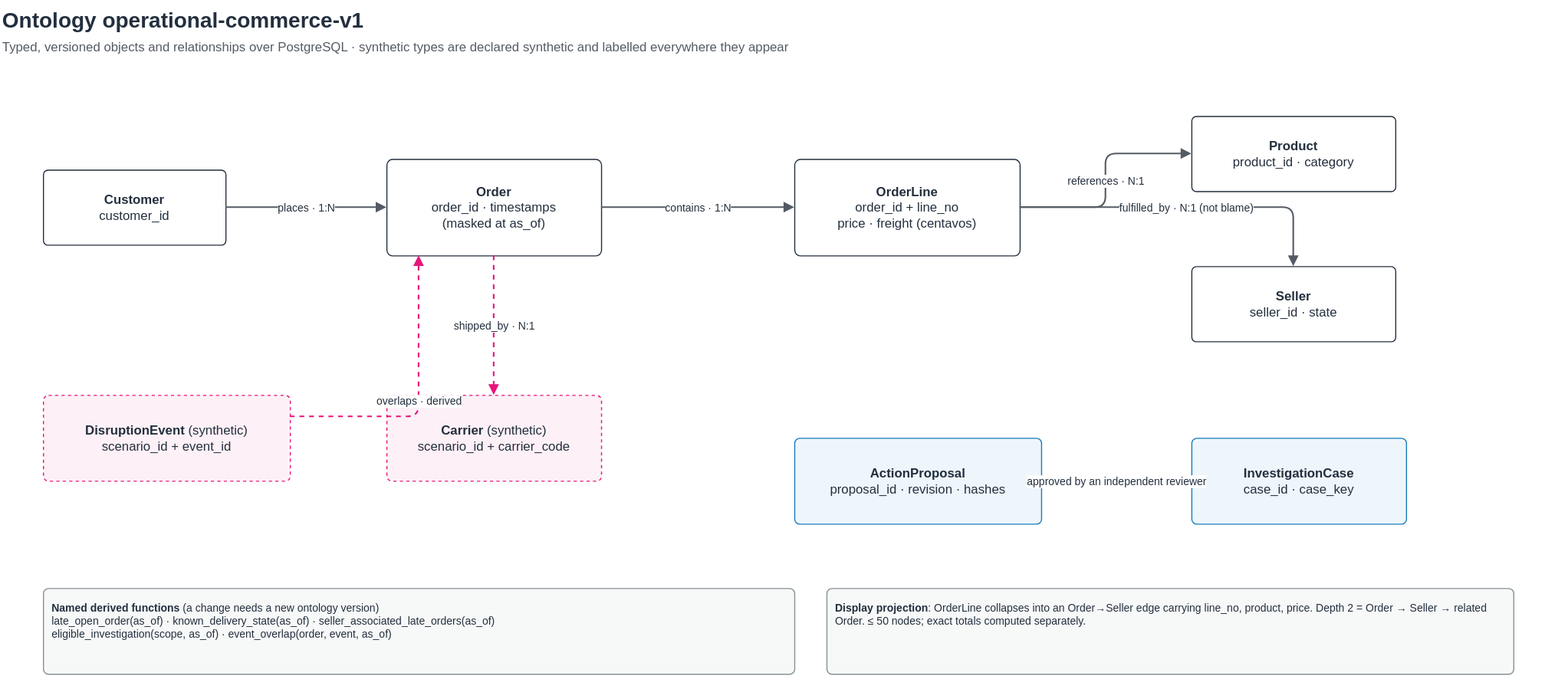
Above: docs/diagrams/ontology.svg in abh2050/ontology-ops (draw.io), before the change. Source tidied: cells renumbered, new cells last; positions are measured from the earlier drawing's top-left corner, leaving out a move shared by most shapes.
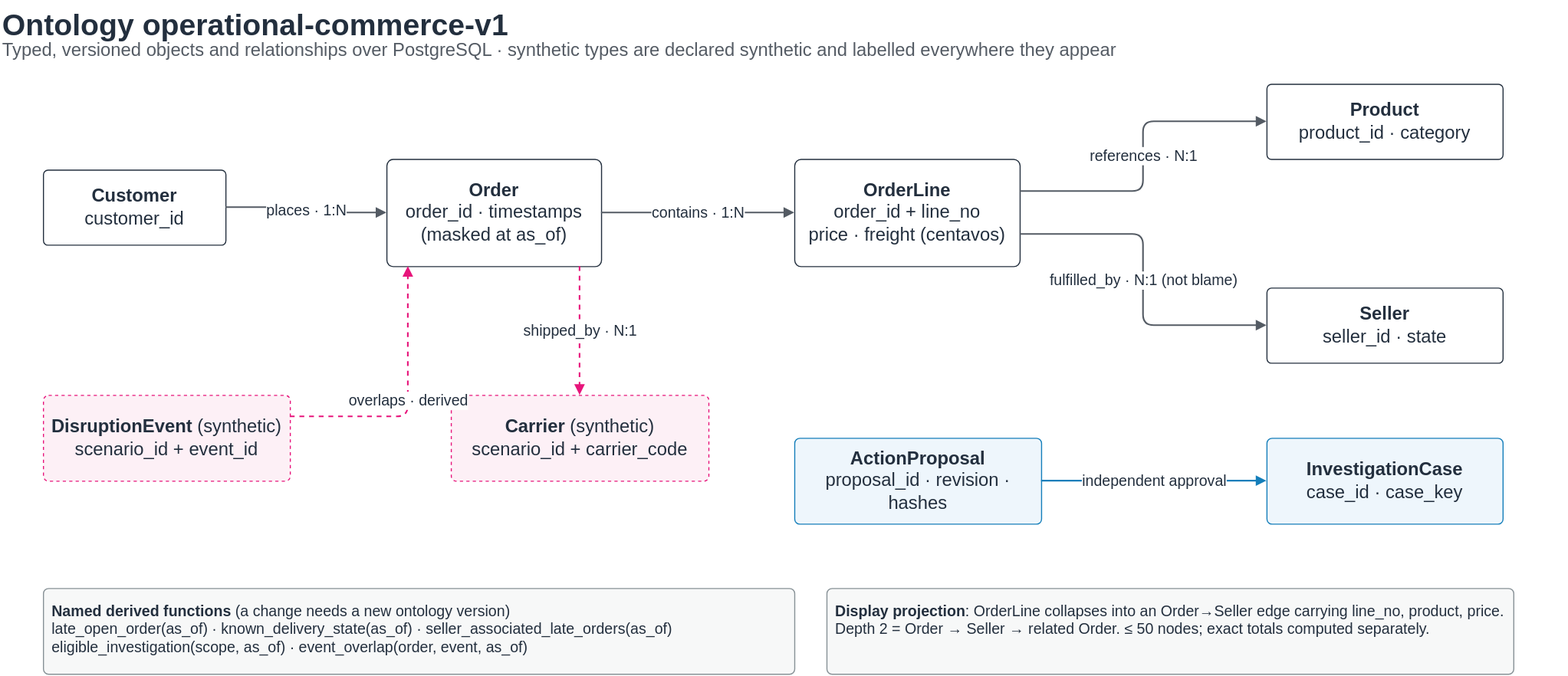
Later version of the same file.

Diff of the diagram source:
```diff
@@ -2,64 +2,64 @@
   <root>
     <mxCell id="0" />
     <mxCell id="1" parent="0" />
-    <mxCell id="2" value="&lt;b&gt;Ontology operational-commerce-v1&lt;/b&gt;" style="text;html=1;align=left;verticalAlign=top;whiteSpace=wrap;fontSize=20;fontColor=#232F3E;fontStyle=0;" parent="1" vertex="1">
+    <mxCell id="2" value="&lt;b&gt;Ontology operational-commerce-v1&lt;/b&gt;" style="text;html=1;align=left;verticalAlign=top;whiteSpace=wrap;fontSize=28;fontColor=#232F3E;fontStyle=0;" parent="1" vertex="1">
       <mxGeometry width="1460" height="30" as="geometry" />
     </mxCell>
-    <mxCell id="3" value="Typed, versioned objects and relationships over PostgreSQL · synthetic types are declared synthetic and labelled everywhere they appear" style="text;html=1;align=left;verticalAlign=top;whiteSpace=wrap;fontSize=12;fontColor=#545B64;fontStyle=0;" parent="1" vertex="1">
+    <mxCell id="3" value="Typed, versioned objects and relationships over PostgreSQL · synthetic types are declared synthetic and labelled everywhere they appear" style="text;html=1;align=left;verticalAlign=top;whiteSpace=wrap;fontSize=17;fontColor=#545B64;fontStyle=0;" parent="1" vertex="1">
       <mxGeometry y="30" width="1460" height="22" as="geometry" />
     </mxCell>
-    <mxCell id="4" value="&lt;b&gt;Customer&lt;/b&gt;&lt;br&gt;customer_id" style="rounded=1;arcSize=6;whiteSpace=wrap;html=1;strokeColor=#232F3E;fillColor=#FFFFFF;fontColor=#232F3E;dashed=0;fontSize=12;align=center;verticalAlign=middle;spacing=8;fontStyle=0;" parent="1" vertex="1">
+    <mxCell id="4" value="&lt;b&gt;Customer&lt;/b&gt;&lt;br&gt;customer_id" style="rounded=1;arcSize=6;whiteSpace=wrap;html=1;strokeColor=#232F3E;fillColor=#FFFFFF;fontColor=#232F3E;dashed=0;fontSize=17;align=center;verticalAlign=middle;spacing=8;fontStyle=0;" parent="1" vertex="1">
       <mxGeometry x="40" y="158" width="170" height="70" as="geometry" />
     </mxCell>
-    <mxCell id="5" value="&lt;b&gt;Order&lt;/b&gt;&lt;br&gt;order_id · timestamps&lt;br&gt;(masked at as_of)" style="rounded=1;arcSize=6;whiteSpace=wrap;html=1;strokeColor=#232F3E;fillColor=#FFFFFF;fontColor=#232F3E;dashed=0;fontSize=12;align=center;verticalAlign=middle;spacing=8;fontStyle=0;" parent="1" vertex="1">
-      <mxGeometry x="360" y="148" width="200" height="90" as="geometry" />
+    <mxCell id="5" value="&lt;b&gt;Order&lt;/b&gt;&lt;br&gt;order_id · timestamps&lt;br&gt;(masked at as_of)" style="rounded=1;arcSize=6;whiteSpace=wrap;html=1;strokeColor=#232F3E;fillColor=#FFFFFF;fontColor=#232F3E;dashed=0;fontSize=17;align=center;verticalAlign=middle;spacing=8;fontStyle=0;" parent="1" vertex="1">
+      <mxGeometry x="360" y="148" width="200" height="100" as="geometry" />
     </mxCell>
-    <mxCell id="6" value="&lt;b&gt;OrderLine&lt;/b&gt;&lt;br&gt;order_id + line_no&lt;br&gt;price · freight (centavos)" style="rounded=1;arcSize=6;whiteSpace=wrap;html=1;strokeColor=#232F3E;fillColor=#FFFFFF;fontColor=#232F3E;dashed=0;fontSize=12;align=center;verticalAlign=middle;spacing=8;fontStyle=0;" parent="1" vertex="1">
-      <mxGeometry x="740" y="148" width="210" height="90" as="geometry" />
+    <mxCell id="6" value="&lt;b&gt;OrderLine&lt;/b&gt;&lt;br&gt;order_id + line_no&lt;br&gt;price · freight (centavos)" style="rounded=1;arcSize=6;whiteSpace=wrap;html=1;strokeColor=#232F3E;fillColor=#FFFFFF;fontColor=#232F3E;dashed=0;fontSize=17;align=center;verticalAlign=middle;spacing=8;fontStyle=0;" parent="1" vertex="1">
+      <mxGeometry x="740" y="148" width="210" height="100" as="geometry" />
     </mxCell>
-    <mxCell id="7" value="&lt;b&gt;Product&lt;/b&gt;&lt;br&gt;product_id · category" style="rounded=1;arcSize=6;whiteSpace=wrap;html=1;strokeColor=#232F3E;fillColor=#FFFFFF;fontColor=#232F3E;dashed=0;fontSize=12;align=center;verticalAlign=middle;spacing=8;fontStyle=0;" parent="1" vertex="1">
-      <mxGeometry x="1110" y="108" width="190" height="70" as="geometry" />
+    <mxCell id="7" value="&lt;b&gt;Product&lt;/b&gt;&lt;br&gt;product_id · category" style="rounded=1;arcSize=6;whiteSpace=wrap;html=1;strokeColor=#232F3E;fillColor=#FFFFFF;fontColor=#232F3E;dashed=0;fontSize=17;align=center;verticalAlign=middle;spacing=8;fontStyle=0;" parent="1" vertex="1">
+      <mxGeometry x="1180" y="78" width="220" height="70" as="geometry" />
     </mxCell>
-    <mxCell id="8" value="&lt;b&gt;Seller&lt;/b&gt;&lt;br&gt;seller_id · state" style="rounded=1;arcSize=6;whiteSpace=wrap;html=1;strokeColor=#232F3E;fillColor=#FFFFFF;fontColor=#232F3E;dashed=0;fontSize=12;align=center;verticalAlign=middle;spacing=8;fontStyle=0;" parent="1" vertex="1">
-      <mxGeometry x="1110" y="248" width="190" height="70" as="geometry" />
+    <mxCell id="8" value="&lt;b&gt;Seller&lt;/b&gt;&lt;br&gt;seller_id · state" style="rounded=1;arcSize=6;whiteSpace=wrap;html=1;strokeColor=#232F3E;fillColor=#FFFFFF;fontColor=#232F3E;dashed=0;fontSize=17;align=center;verticalAlign=middle;spacing=8;fontStyle=0;" parent="1" vertex="1">
+      <mxGeometry x="1180" y="268" width="220" height="70" as="geometry" />
     </mxCell>
-    <mxCell id="9" value="&lt;b&gt;Carrier&lt;/b&gt; (synthetic)&lt;br&gt;scenario_id + carrier_code" style="rounded=1;arcSize=6;whiteSpace=wrap;html=1;strokeColor=#E7157B;fillColor=#FDF0F6;fontColor=#232F3E;dashed=1;fontSize=12;align=center;verticalAlign=middle;spacing=8;fontStyle=0;" parent="1" vertex="1">
-      <mxGeometry x="360" y="368" width="200" height="80" as="geometry" />
+    <mxCell id="9" value="&lt;b&gt;Carrier&lt;/b&gt; (synthetic)&lt;br&gt;scenario_id + carrier_code" style="rounded=1;arcSize=6;whiteSpace=wrap;html=1;strokeColor=#E7157B;fillColor=#FDF0F6;fontColor=#232F3E;dashed=1;fontSize=17;align=center;verticalAlign=middle;spacing=8;fontStyle=0;" parent="1" vertex="1">
+      <mxGeometry x="420" y="368" width="240" height="80" as="geometry" />
     </mxCell>
-    <mxCell id="10" value="&lt;b&gt;DisruptionEvent&lt;/b&gt; (synthetic)&lt;br&gt;scenario_id + event_id" style="rounded=1;arcSize=6;whiteSpace=wrap;html=1;strokeColor=#E7157B;fillColor=#FDF0F6;fontColor=#232F3E;dashed=1;fontSize=12;align=center;verticalAlign=middle;spacing=8;fontStyle=0;" parent="1" vertex="1">
+    <mxCell id="10" value="&lt;b&gt;DisruptionEvent&lt;/b&gt; (synthetic)&lt;br&gt;scenario_id + event_id" style="rounded=1;arcSize=6;whiteSpace=wrap;html=1;strokeColor=#E7157B;fillColor=#FDF0F6;fontColor=#232F3E;dashed=1;fontSize=17;align=center;verticalAlign=middle;spacing=8;fontStyle=0;" parent="1" vertex="1">
       <mxGeometry x="40" y="368" width="230" height="80" as="geometry" />
     </mxCell>
-    <mxCell id="11" value="&lt;b&gt;ActionProposal&lt;/b&gt;&lt;br&gt;proposal_id · revision · hashes" style="rounded=1;arcSize=6;whiteSpace=wrap;html=1;strokeColor=#147EBA;fillColor=#EEF6FC;fontColor=#232F3E;dashed=0;fontSize=12;align=center;verticalAlign=middle;spacing=8;fontStyle=0;" parent="1" vertex="1">
+    <mxCell id="11" value="&lt;b&gt;ActionProposal&lt;/b&gt;&lt;br&gt;proposal_id · revision · hashes" style="rounded=1;arcSize=6;whiteSpace=wrap;html=1;strokeColor=#147EBA;fillColor=#EEF6FC;fontColor=#232F3E;dashed=0;fontSize=17;align=center;verticalAlign=middle;spacing=8;fontStyle=0;" parent="1" vertex="1">
       <mxGeometry x="740" y="408" width="230" height="80" as="geometry" />
     </mxCell>
-    <mxCell id="12" value="&lt;b&gt;InvestigationCase&lt;/b&gt;&lt;br&gt;case_id · case_key" style="rounded=1;arcSize=6;whiteSpace=wrap;html=1;strokeColor=#147EBA;fillColor=#EEF6FC;fontColor=#232F3E;dashed=0;fontSize=12;align=center;verticalAlign=middle;spacing=8;fontStyle=0;" parent="1" vertex="1">
-      <mxGeometry x="1110" y="408" width="200" height="80" as="geometry" />
+    <mxCell id="12" value="&lt;b&gt;InvestigationCase&lt;/b&gt;&lt;br&gt;case_id · case_key" style="rounded=1;arcSize=6;whiteSpace=wrap;html=1;strokeColor=#147EBA;fillColor=#EEF6FC;fontColor=#232F3E;dashed=0;fontSize=17;align=center;verticalAlign=middle;spacing=8;fontStyle=0;" parent="1" vertex="1">
+      <mxGeometry x="1180" y="408" width="220" height="80" as="geometry" />
     </mxCell>
-    <mxCell id="13" value="places · 1:N" style="edgeStyle=orthogonalEdgeStyle;rounded=1;html=1;endArrow=block;endFill=1;strokeColor=#545B64;strokeWidth=1.5;dashed=0;fontSize=10;labelBackgroundColor=#ffffff;fontColor=#232F3E;" parent="1" edge="1" source="4" target="5">
+    <mxCell id="13" value="places · 1:N" style="edgeStyle=orthogonalEdgeStyle;rounded=1;html=1;endArrow=block;endFill=1;strokeColor=#545B64;strokeWidth=1.5;dashed=0;fontSize=14;labelBackgroundColor=#ffffff;fontColor=#232F3E;" parent="1" edge="1" source="4" target="5">
       <mxGeometry relative="1" as="geometry" />
     </mxCell>
-    <mxCell id="14" value="contains · 1:N" style="edgeStyle=orthogonalEdgeStyle;rounded=1;html=1;endArrow=block;endFill=1;strokeColor=#545B64;strokeWidth=1.5;dashed=0;fontSize=10;labelBackgroundColor=#ffffff;fontColor=#232F3E;" parent="1" edge="1" source="5" target="6">
+    <mxCell id="14" value="contains · 1:N" style="edgeStyle=orthogonalEdgeStyle;rounded=1;html=1;endArrow=block;endFill=1;strokeColor=#545B64;strokeWidth=1.5;dashed=0;fontSize=14;labelBackgroundColor=#ffffff;fontColor=#232F3E;" parent="1" edge="1" source="5" target="6">
       <mxGeometry relative="1" as="geometry" />
     </mxCell>
-    <mxCell id="15" value="references · N:1" style="edgeStyle=orthogonalEdgeStyle;rounded=1;html=1;endArrow=block;endFill=1;strokeColor=#545B64;strokeWidth=1.5;dashed=0;fontSize=10;labelBackgroundColor=#ffffff;fontColor=#232F3E;" parent="1" edge="1" source="6" target="7">
+    <mxCell id="15" value="references · N:1" style="edgeStyle=orthogonalEdgeStyle;rounded=1;html=1;endArrow=block;endFill=1;strokeColor=#545B64;strokeWidth=1.5;dashed=0;fontSize=14;labelBackgroundColor=#ffffff;fontColor=#232F3E;exitX=1;exitY=0.3;entryX=0;entryY=0.5;" parent="1" edge="1" source="6" target="7">
       <mxGeometry relative="1" as="geometry" />
     </mxCell>
-    <mxCell id="16" value="fulfilled_by · N:1 (not blame)" style="edgeStyle=orthogonalEdgeStyle;rounded=1;html=1;endArrow=block;endFill=1;strokeColor=#545B64;strokeWidth=1.5;dashed=0;fontSize=10;labelBackgroundColor=#ffffff;fontColor=#232F3E;" parent="1" edge="1" source="6" target="8">
+    <mxCell id="16" value="fulfilled_by · N:1 (not blame)" style="edgeStyle=orthogonalEdgeStyle;rounded=1;html=1;endArrow=block;endFill=1;strokeColor=#545B64;strokeWidth=1.5;dashed=0;fontSize=14;labelBackgroundColor=#ffffff;fontColor=#232F3E;exitX=1;exitY=0.7;entryX=0;entryY=0.5;" parent="1" edge="1" source="6" target="8">
       <mxGeometry relative="1" as="geometry" />
     </mxCell>
-    <mxCell id="17" value="shipped_by · N:1" style="edgeStyle=orthogonalEdgeStyle;rounded=1;html=1;endArrow=block;endFill=1;strokeColor=#E7157B;strokeWidth=1.5;dashed=1;fontSize=10;labelBackgroundColor=#ffffff;fontColor=#232F3E;" parent="1" edge="1" source="5" target="9">
+    <mxCell id="17" value="shipped_by · N:1" style="edgeStyle=orthogonalEdgeStyle;rounded=1;html=1;endArrow=block;endFill=1;strokeColor=#E7157B;strokeWidth=1.5;dashed=1;fontSize=14;labelBackgroundColor=#ffffff;fontColor=#232F3E;exitX=0.9;exitY=1;entryX=0.5;entryY=0;" parent="1" edge="1" source="5" target="9">
       <mxGeometry relative="1" as="geometry" />
     </mxCell>
-    <mxCell id="18" value="overlaps · derived" style="edgeStyle=orthogonalEdgeStyle;rounded=1;html=1;endArrow=block;endFill=1;strokeColor=#E7157B;strokeWidth=1.5;dashed=1;fontSize=10;labelBackgroundColor=#ffffff;fontColor=#232F3E;exitX=1;exitY=0.25;entryX=0.15;entryY=1;" parent="1" edge="1" source="10" target="5">
+    <mxCell id="18" value="overlaps · derived" style="edgeStyle=orthogonalEdgeStyle;rounded=1;html=1;endArrow=block;endFill=1;strokeColor=#E7157B;strokeWidth=1.5;dashed=1;fontSize=14;labelBackgroundColor=#ffffff;fontColor=#232F3E;exitX=1;exitY=0.25;entryX=0.1;entryY=1;" parent="1" edge="1" source="10" target="5">
       <mxGeometry relative="1" as="geometry" />
     </mxCell>
-    <mxCell id="19" value="approved by an independent reviewer" style="edgeStyle=orthogonalEdgeStyle;rounded=1;html=1;endArrow=block;endFill=1;strokeColor=#147EBA;strokeWidth=1.5;dashed=0;fontSize=10;labelBackgroundColor=#ffffff;fontColor=#232F3E;" parent="1" edge="1" source="11" target="12">
+    <mxCell id="19" value="independent approval" style="edgeStyle=orthogonalEdgeStyle;rounded=1;html=1;endArrow=block;endFill=1;strokeColor=#147EBA;strokeWidth=1.5;dashed=0;fontSize=14;labelBackgroundColor=#ffffff;fontColor=#232F3E;" parent="1" edge="1" source="11" target="12">
       <mxGeometry relative="1" as="geometry" />
     </mxCell>
-    <mxCell id="20" value="&lt;b&gt;Named derived functions&lt;/b&gt; (a change needs a new ontology version)&lt;br&gt;late_open_order(as_of) · known_delivery_state(as_of) · seller_associated_late_orders(as_of)&lt;br&gt;eligible_investigation(scope, as_of) · event_overlap(order, event, as_of)" style="rounded=1;arcSize=6;whiteSpace=wrap;html=1;strokeColor=#879196;fillColor=#F7F8F8;fontColor=#232F3E;dashed=0;fontSize=10;align=left;verticalAlign=top;spacing=8;fontStyle=0;" parent="1" vertex="1">
+    <mxCell id="20" value="&lt;b&gt;Named derived functions&lt;/b&gt; (a change needs a new ontology version)&lt;br&gt;late_open_order(as_of) · known_delivery_state(as_of) · seller_associated_late_orders(as_of)&lt;br&gt;eligible_investigation(scope, as_of) · event_overlap(order, event, as_of)" style="rounded=1;arcSize=6;whiteSpace=wrap;html=1;strokeColor=#879196;fillColor=#F7F8F8;fontColor=#232F3E;dashed=0;fontSize=14;align=left;verticalAlign=top;spacing=8;fontStyle=0;" parent="1" vertex="1">
       <mxGeometry x="40" y="548" width="700" height="80" as="geometry" />
     </mxCell>
-    <mxCell id="21" value="&lt;b&gt;Display projection&lt;/b&gt;: OrderLine collapses into an Order→Seller edge carrying line_no, product, price. Depth 2 = Order → Seller → related Order. ≤ 50 nodes; exact totals computed separately." style="rounded=1;arcSize=6;whiteSpace=wrap;html=1;strokeColor=#879196;fillColor=#F7F8F8;fontColor=#232F3E;dashed=0;fontSize=10;align=left;verticalAlign=top;spacing=8;fontStyle=0;" parent="1" vertex="1">
+    <mxCell id="21" value="&lt;b&gt;Display projection&lt;/b&gt;: OrderLine collapses into an Order→Seller edge carrying line_no, product, price. Depth 2 = Order → Seller → related Order. ≤ 50 nodes; exact totals computed separately." style="rounded=1;arcSize=6;whiteSpace=wrap;html=1;strokeColor=#879196;fillColor=#F7F8F8;fontColor=#232F3E;dashed=0;fontSize=14;align=left;verticalAlign=top;spacing=8;fontStyle=0;" parent="1" vertex="1">
       <mxGeometry x="770" y="548" width="640" height="80" as="geometry" />
     </mxCell>
   </root>
```
